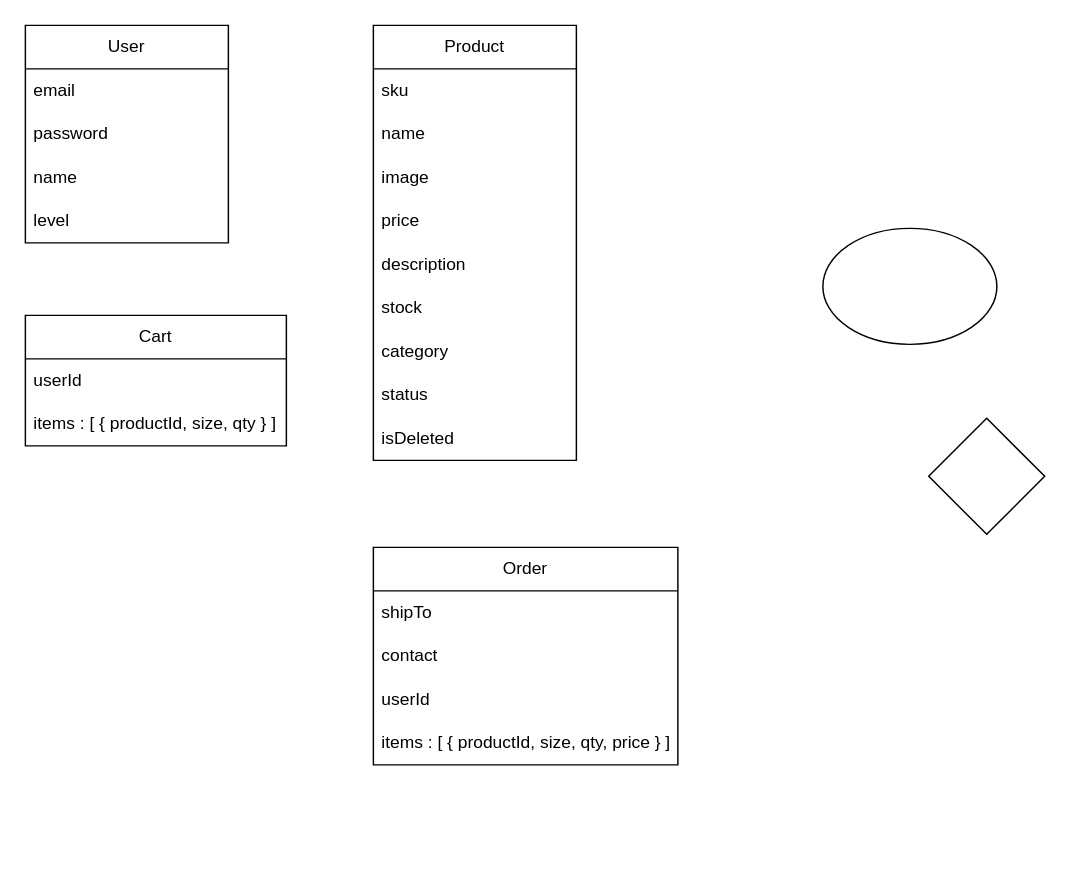
Earlier version of the draw.io diagram js-shopping-mall 다이어그램.drawio (shostga/noona-todo-demo). Source tidied: cells renumbered, new cells numbered last; positions are measured from the earlier drawing's top-left corner, leaving out a move shared by most shapes. Both pictures are drawn from the tidied source at 145%, with x=0, y=0 at pixel (25, 25).
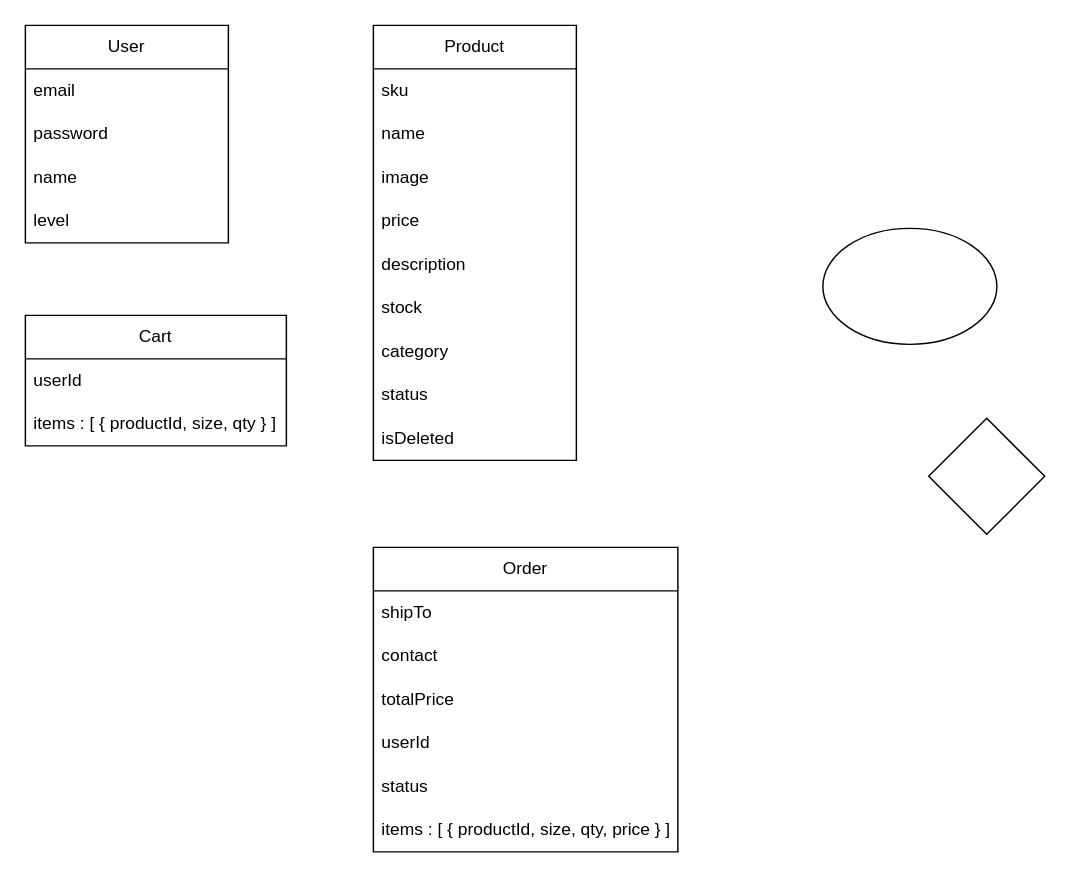
The same page after the edit.

Diff of the diagram source:
```diff
@@
     <mxCell id="21" value="Order" style="swimlane;fontStyle=0;horizontal=1;startSize=30;whiteSpace=wrap;html=1;" parent="1" vertex="1">
-      <mxGeometry x="240" y="360" width="210" height="150" as="geometry" />
+      <mxGeometry x="240" y="360" width="210" height="210" as="geometry" />
     </mxCell>
@@
+    <mxCell id="28" value="totalPrice" style="text;strokeColor=none;fillColor=none;align=left;verticalAlign=middle;spacingLeft=4;spacingRight=4;overflow=hidden;whiteSpace=wrap;html=1;" parent="21" vertex="1">
+      <mxGeometry y="90" width="210" height="30" as="geometry" />
+    </mxCell>
     <mxCell id="24" value="userId" style="text;strokeColor=none;fillColor=none;align=left;verticalAlign=middle;spacingLeft=4;spacingRight=4;overflow=hidden;whiteSpace=wrap;html=1;" parent="21" vertex="1">
-      <mxGeometry y="90" width="210" height="30" as="geometry" />
+      <mxGeometry y="120" width="210" height="30" as="geometry" />
     </mxCell>
+    <mxCell id="29" value="status" style="text;strokeColor=none;fillColor=none;align=left;verticalAlign=middle;spacingLeft=4;spacingRight=4;overflow=hidden;whiteSpace=wrap;html=1;" parent="21" vertex="1">
+      <mxGeometry y="150" width="210" height="30" as="geometry" />
+    </mxCell>
     <mxCell id="25" value="items : [ { productId, size, qty, price } ]" style="text;strokeColor=none;fillColor=none;align=left;verticalAlign=middle;spacingLeft=4;spacingRight=4;overflow=hidden;whiteSpace=wrap;html=1;" parent="21" vertex="1">
-      <mxGeometry y="120" width="210" height="30" as="geometry" />
+      <mxGeometry y="180" width="210" height="30" as="geometry" />
     </mxCell>
```
